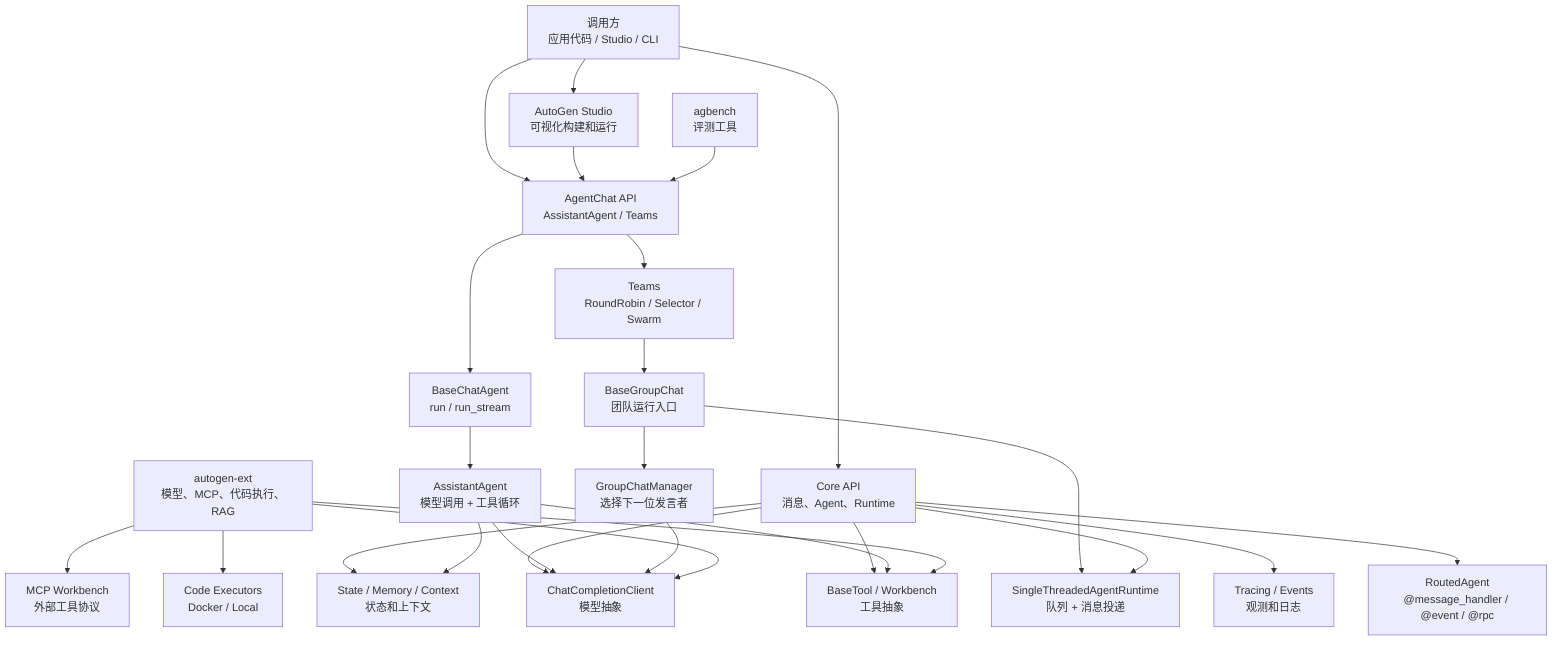
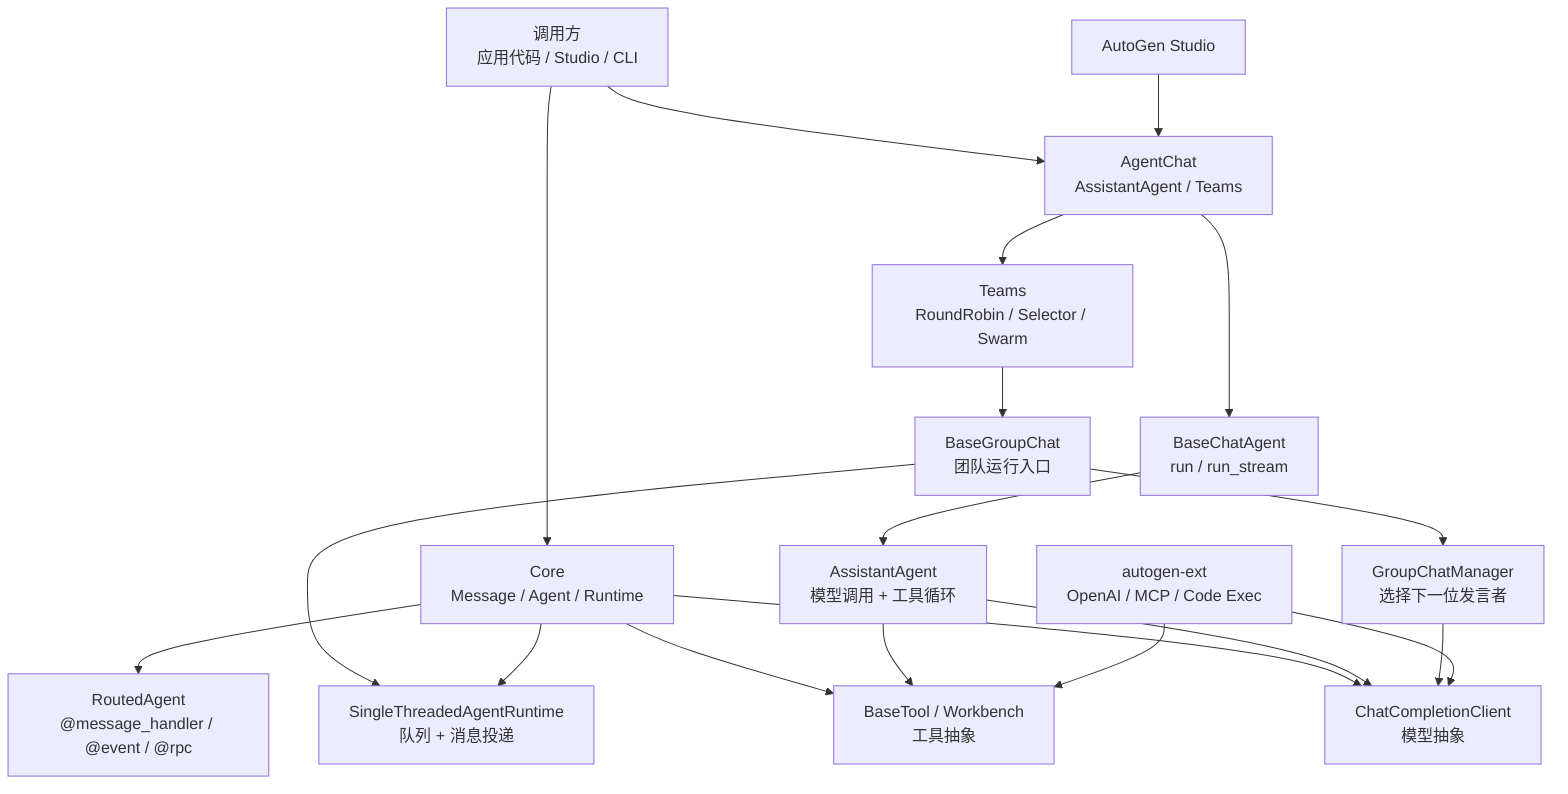
flowchart TB
-     User["调用方\n应用代码 / Studio / CLI"] --> AgentChat["AgentChat API\nAssistantAgent / Teams"]
-     User --> Core["Core API\n消息、Agent、Runtime"]
-     User --> Studio["AutoGen Studio\n可视化构建和运行"]
- 
-     AgentChat --> BaseChatAgent["BaseChatAgent\nrun / run_stream"]
-     BaseChatAgent --> Assistant["AssistantAgent\n模型调用 + 工具循环"]
-     AgentChat --> Teams["Teams\nRoundRobin / Selector / Swarm"]
-     Teams --> GroupChat["BaseGroupChat\n团队运行入口"]
-     GroupChat --> Manager["GroupChatManager\n选择下一位发言者"]
-     GroupChat --> Runtime["SingleThreadedAgentRuntime\n队列 + 消息投递"]
- 
+     User["调用方<br/>应用代码 / Studio / CLI"] --> AgentChat["AgentChat<br/>AssistantAgent / Teams"]
+     User --> Core["Core<br/>Message / Agent / Runtime"]
+     AgentChat --> BaseChatAgent["BaseChatAgent<br/>run / run_stream"]
+     BaseChatAgent --> Assistant["AssistantAgent<br/>模型调用 + 工具循环"]
+     AgentChat --> Teams["Teams<br/>RoundRobin / Selector / Swarm"]
+     Teams --> GroupChat["BaseGroupChat<br/>团队运行入口"]
+     GroupChat --> Manager["GroupChatManager<br/>选择下一位发言者"]
+     GroupChat --> Runtime["SingleThreadedAgentRuntime<br/>队列 + 消息投递"]
    Core --> Runtime
-     Core --> Routed["RoutedAgent\n@message_handler / @event / @rpc"]
-     Core --> ModelClient["ChatCompletionClient\n模型抽象"]
-     Core --> Tool["BaseTool / Workbench\n工具抽象"]
-     Core --> State["State / Memory / Context\n状态和上下文"]
-     Core --> Trace["Tracing / Events\n观测和日志"]
- 
+     Core --> Routed["RoutedAgent<br/>@message_handler / @event / @rpc"]
+     Core --> ModelClient["ChatCompletionClient<br/>模型抽象"]
+     Core --> Tool["BaseTool / Workbench<br/>工具抽象"]
    Assistant --> ModelClient
    Assistant --> Tool
-     Assistant --> State
    Manager --> ModelClient
- 
-     Ext["autogen-ext\n模型、MCP、代码执行、RAG"] --> ModelClient
+     Ext["autogen-ext<br/>OpenAI / MCP / Code Exec"] --> ModelClient
    Ext --> Tool
-     Ext --> CodeExec["Code Executors\nDocker / Local"]
-     Ext --> MCP["MCP Workbench\n外部工具协议"]
- 
-     Studio --> AgentChat
-     Bench["agbench\n评测工具"] --> AgentChat
+     Studio["AutoGen Studio"] --> AgentChat
